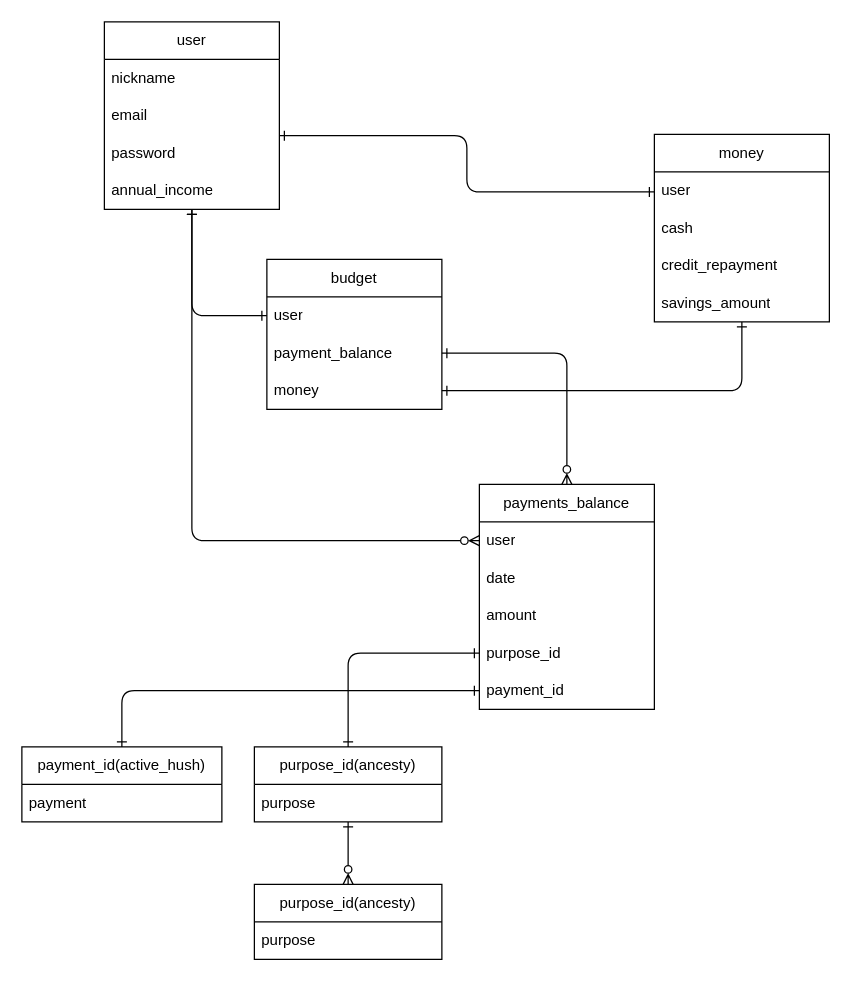
Yuya7124/my_ecopla keeps this draw.io diagram as my_ecopla_ER.dio. Above is the earlier version. Source tidied: cells renumbered, new cells numbered last; positions are measured from the earlier drawing's top-left corner, leaving out a move shared by most shapes. Both pictures are drawn from the tidied source at 125%, with x=0, y=0 at pixel (21, 21).
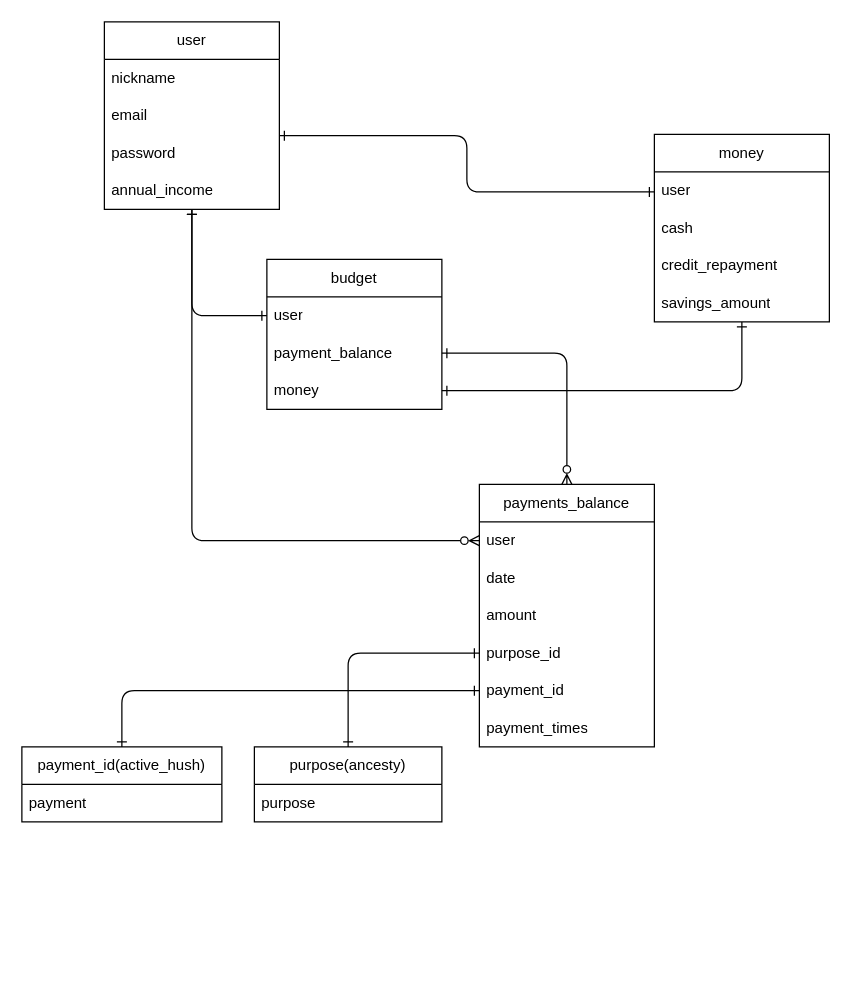
Above is the later version.

The edit, as a diff of the source:
```diff
@@
     <mxCell id="8" value="payments_balance" style="swimlane;fontStyle=0;horizontal=1;startSize=30;whiteSpace=wrap;html=1;" parent="1" vertex="1">
-      <mxGeometry x="366" y="370" width="140" height="180" as="geometry" />
+      <mxGeometry x="366" y="370" width="140" height="210" as="geometry" />
     </mxCell>
@@
+    <mxCell id="36" value="payment_times" style="text;strokeColor=none;fillColor=none;align=left;verticalAlign=middle;spacingLeft=4;spacingRight=4;overflow=hidden;whiteSpace=wrap;html=1;" parent="8" vertex="1">
+      <mxGeometry y="180" width="140" height="30" as="geometry" />
+    </mxCell>
@@
-    <mxCell id="26" style="edgeStyle=none;html=1;endArrow=ERzeroToMany;endFill=0;startArrow=ERone;startFill=0;" parent="1" edge="1" source="27" target="34">
-      <mxGeometry relative="1" as="geometry" />
-    </mxCell>
-    <mxCell id="27" value="&lt;span style=&quot;text-align: left;&quot;&gt;purpose_id&lt;/span&gt;(ancesty)" style="swimlane;fontStyle=0;horizontal=1;startSize=30;whiteSpace=wrap;html=1;" parent="1" vertex="1">
+    <mxCell id="27" value="&lt;span style=&quot;text-align: left;&quot;&gt;purpose&lt;/span&gt;(ancesty)" style="swimlane;fontStyle=0;horizontal=1;startSize=30;whiteSpace=wrap;html=1;" parent="1" vertex="1">
       <mxGeometry x="186" y="580" width="150" height="60" as="geometry" />
     </mxCell>
@@
-    <mxCell id="34" value="&lt;span style=&quot;text-align: left;&quot;&gt;purpose_id&lt;/span&gt;(ancesty)" style="swimlane;fontStyle=0;horizontal=1;startSize=30;whiteSpace=wrap;html=1;" parent="1" vertex="1">
-      <mxGeometry x="186" y="690" width="150" height="60" as="geometry" />
-    </mxCell>
-    <mxCell id="35" value="purpose" style="text;strokeColor=none;fillColor=none;align=left;verticalAlign=middle;spacingLeft=4;spacingRight=4;overflow=hidden;whiteSpace=wrap;html=1;" parent="34" vertex="1">
-      <mxGeometry y="30" width="150" height="30" as="geometry" />
-    </mxCell>
```
